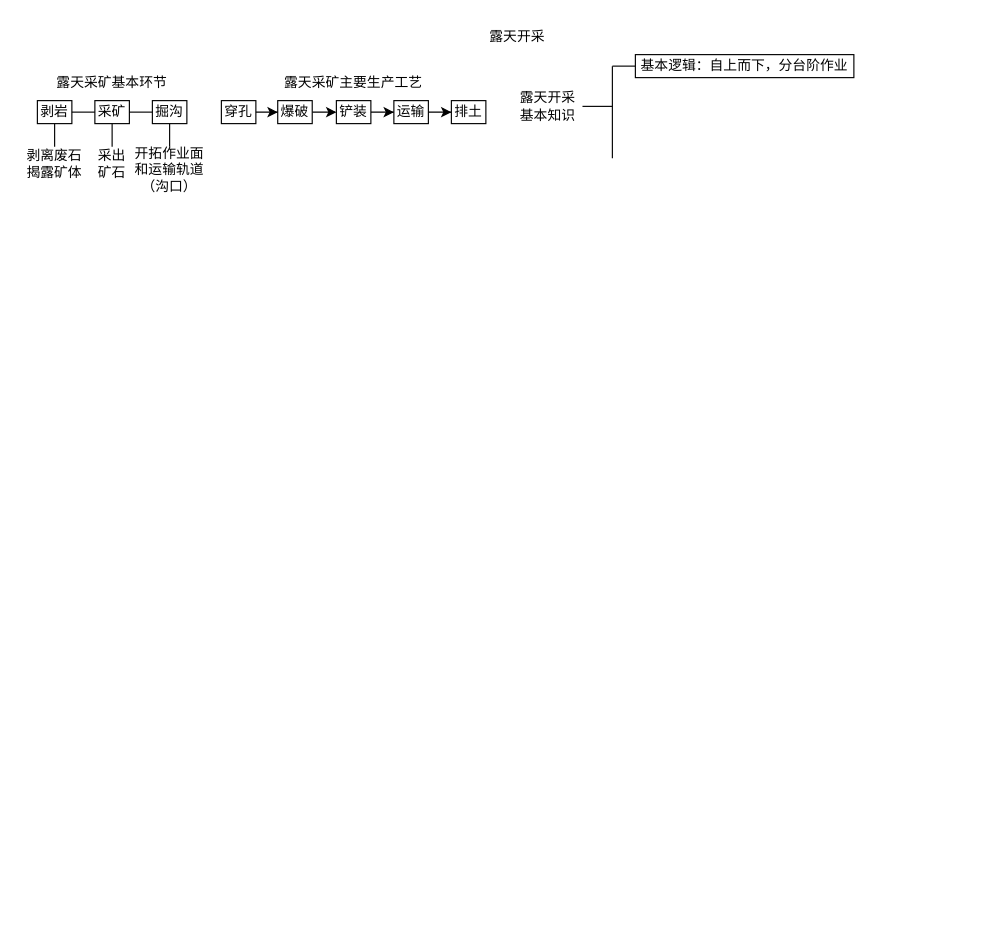
Earlier version of the draw.io diagram 未命名绘图.drawio (XS0612/daviddraw-drawio-diagrams). Source tidied: cells renumbered, new cells numbered last; positions are measured from the earlier drawing's top-left corner, leaving out a move shared by most shapes. Both pictures are drawn from the tidied source at 115%, with x=0, y=0 at pixel (20, 20).
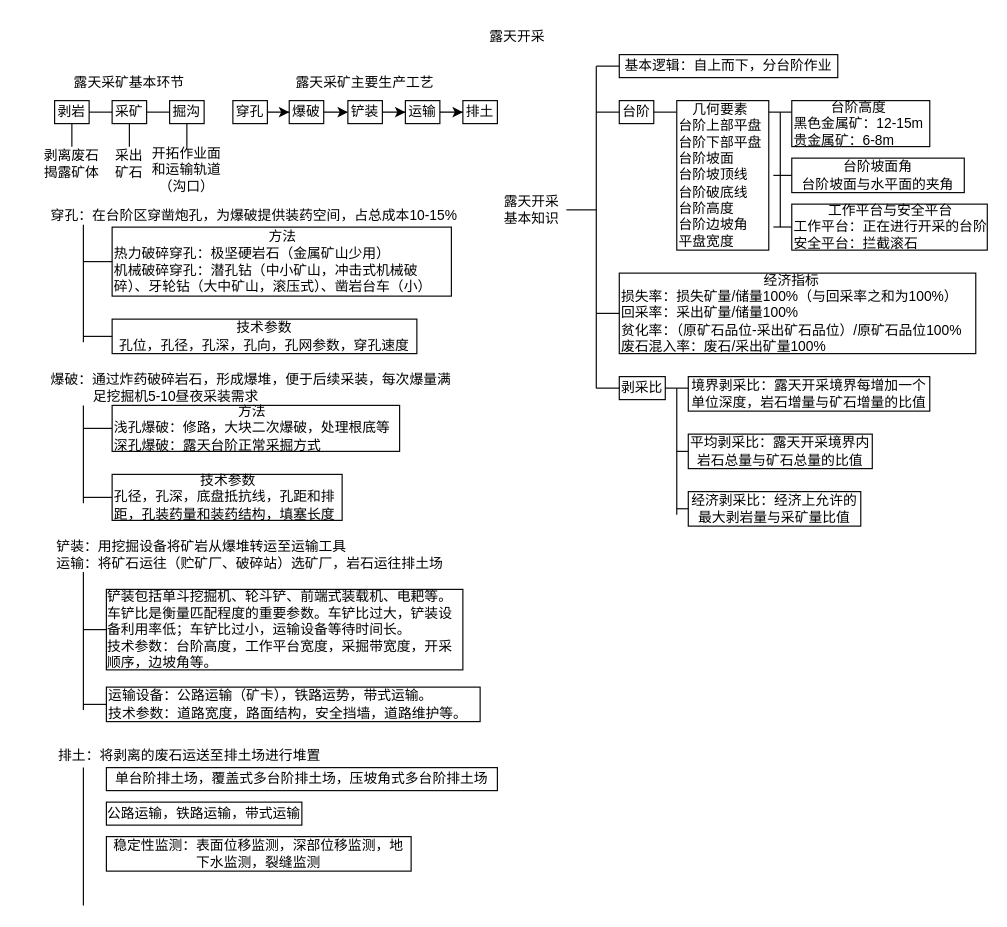
The same page after the edit.

Commit message:
更新未命名绘图.drawio

Change to the diagram source:
```diff
@@
     <mxCell id="2" value="剥岩" style="rounded=0;whiteSpace=wrap;html=1;" parent="1" vertex="1">
-      <mxGeometry x="15" y="70" width="30" height="20" as="geometry" />
+      <mxGeometry x="30" y="70" width="30" height="20" as="geometry" />
     </mxCell>
     <mxCell id="3" value="采矿" style="whiteSpace=wrap;html=1;rounded=0;" parent="1" vertex="1">
-      <mxGeometry x="65" y="70" width="30" height="20" as="geometry" />
+      <mxGeometry x="80" y="70" width="30" height="20" as="geometry" />
     </mxCell>
     <mxCell id="4" value="掘沟" style="whiteSpace=wrap;html=1;rounded=0;" parent="1" vertex="1">
-      <mxGeometry x="115" y="70" width="30" height="20" as="geometry" />
+      <mxGeometry x="130" y="70" width="30" height="20" as="geometry" />
     </mxCell>
     <mxCell id="5" value="露天采矿基本环节" style="text;html=1;whiteSpace=wrap;strokeColor=none;fillColor=none;align=center;verticalAlign=middle;rounded=0;" parent="1" vertex="1">
-      <mxGeometry x="15" y="40" width="130" height="30" as="geometry" />
+      <mxGeometry x="30" y="40" width="130" height="30" as="geometry" />
     </mxCell>
@@
     <mxCell id="7" value="穿孔" style="rounded=0;whiteSpace=wrap;html=1;" parent="1" vertex="1">
-      <mxGeometry x="175" y="70" width="30" height="20" as="geometry" />
+      <mxGeometry x="185" y="70" width="30" height="20" as="geometry" />
     </mxCell>
@@
     <mxCell id="9" value="爆破" style="rounded=0;whiteSpace=wrap;html=1;" parent="1" vertex="1">
-      <mxGeometry x="224" y="70" width="30" height="20" as="geometry" />
+      <mxGeometry x="234" y="70" width="30" height="20" as="geometry" />
     </mxCell>
@@
     <mxCell id="11" value="铲装" style="rounded=0;whiteSpace=wrap;html=1;" parent="1" vertex="1">
-      <mxGeometry x="275" y="70" width="30" height="20" as="geometry" />
+      <mxGeometry x="285" y="70" width="30" height="20" as="geometry" />
     </mxCell>
@@
     <mxCell id="13" value="运输" style="rounded=0;whiteSpace=wrap;html=1;" parent="1" vertex="1">
-      <mxGeometry x="325" y="70" width="30" height="20" as="geometry" />
+      <mxGeometry x="335" y="70" width="30" height="20" as="geometry" />
     </mxCell>
     <mxCell id="14" value="排土" style="rounded=0;whiteSpace=wrap;html=1;" parent="1" vertex="1">
-      <mxGeometry x="375" y="70" width="30" height="20" as="geometry" />
+      <mxGeometry x="385" y="70" width="30" height="20" as="geometry" />
     </mxCell>
     <mxCell id="15" value="露天采矿主要生产工艺" style="text;html=1;whiteSpace=wrap;strokeColor=none;fillColor=none;align=center;verticalAlign=middle;rounded=0;" parent="1" vertex="1">
-      <mxGeometry x="175" y="40" width="230" height="30" as="geometry" />
+      <mxGeometry x="185" y="40" width="230" height="30" as="geometry" />
     </mxCell>
     <mxCell id="16" style="endArrow=none;html=1;rounded=0;entryX=0;entryY=0.5;entryDx=0;entryDy=0;" parent="1" edge="1" target="3">
       <mxGeometry relative="1" as="geometry">
-        <mxPoint x="45" y="80" as="sourcePoint" />
+        <mxPoint x="60" y="80" as="sourcePoint" />
       </mxGeometry>
     </mxCell>
@@
     <mxCell id="19" value="露天开采基本知识" style="text;html=1;whiteSpace=wrap;strokeColor=none;fillColor=none;align=center;verticalAlign=middle;rounded=0;" parent="1" vertex="1">
-      <mxGeometry x="429" y="60" width="60" height="30" as="geometry" />
+      <mxGeometry x="415" y="150" width="60" height="30" as="geometry" />
     </mxCell>
     <mxCell id="20" style="endArrow=none;html=1;rounded=0;exitX=1;exitY=0.5;exitDx=0;exitDy=0;" parent="1" edge="1" source="19">
       <mxGeometry relative="1" as="geometry">
-        <mxPoint x="515" y="75" as="targetPoint" />
+        <mxPoint x="501" y="165" as="targetPoint" />
       </mxGeometry>
     </mxCell>
     <mxCell id="21" style="endArrow=none;html=1;rounded=0;" parent="1" edge="1">
       <mxGeometry relative="1" as="geometry">
-        <mxPoint x="515" y="120" as="sourcePoint" />
-        <mxPoint x="515" y="40" as="targetPoint" />
+        <mxPoint x="501" y="320" as="sourcePoint" />
+        <mxPoint x="501" y="40" as="targetPoint" />
       </mxGeometry>
     </mxCell>
     <mxCell id="22" style="endArrow=none;html=1;rounded=0;" parent="1" edge="1">
       <mxGeometry relative="1" as="geometry">
-        <mxPoint x="515" y="40" as="sourcePoint" />
-        <mxPoint x="535" y="40" as="targetPoint" />
+        <mxPoint x="501" y="40" as="sourcePoint" />
+        <mxPoint x="521" y="40" as="targetPoint" />
       </mxGeometry>
     </mxCell>
     <mxCell id="23" style="endArrow=none;html=1;rounded=0;entryX=0.5;entryY=1;entryDx=0;entryDy=0;" parent="1" edge="1" target="2">
       <mxGeometry relative="1" as="geometry">
-        <mxPoint x="30" y="110" as="sourcePoint" />
+        <mxPoint x="45" y="110" as="sourcePoint" />
       </mxGeometry>
     </mxCell>
     <mxCell id="24" value="剥离废石揭露矿体" style="text;html=1;whiteSpace=wrap;strokeColor=none;fillColor=none;align=center;verticalAlign=middle;rounded=0;" parent="1" vertex="1">
-      <mxGeometry y="110" width="60" height="30" as="geometry" />
+      <mxGeometry x="15" y="110" width="60" height="30" as="geometry" />
     </mxCell>
     <mxCell id="25" style="endArrow=none;html=1;rounded=0;entryX=0.5;entryY=1;entryDx=0;entryDy=0;" parent="1" edge="1" target="3">
       <mxGeometry relative="1" as="geometry">
-        <mxPoint x="80" y="110" as="sourcePoint" />
+        <mxPoint x="95" y="110" as="sourcePoint" />
       </mxGeometry>
     </mxCell>
     <mxCell id="26" value="采出矿石" style="text;html=1;whiteSpace=wrap;strokeColor=none;fillColor=none;align=center;verticalAlign=middle;rounded=0;" parent="1" vertex="1">
-      <mxGeometry x="65" y="110" width="30" height="30" as="geometry" />
+      <mxGeometry x="80" y="110" width="30" height="30" as="geometry" />
     </mxCell>
     <mxCell id="27" style="endArrow=none;html=1;rounded=0;entryX=0.5;entryY=1;entryDx=0;entryDy=0;" parent="1" edge="1" target="4">
       <mxGeometry relative="1" as="geometry">
-        <mxPoint x="130" y="110" as="sourcePoint" />
+        <mxPoint x="145" y="110" as="sourcePoint" />
       </mxGeometry>
     </mxCell>
     <mxCell id="28" value="开拓作业面和运输轨道（沟口）" style="text;html=1;whiteSpace=wrap;strokeColor=none;fillColor=none;align=center;verticalAlign=middle;rounded=0;" parent="1" vertex="1">
-      <mxGeometry x="95" y="110" width="70" height="40" as="geometry" />
+      <mxGeometry x="110" y="110" width="70" height="40" as="geometry" />
     </mxCell>
     <mxCell id="29" value="基本逻辑：自上而下，分台阶作业" style="rounded=0;whiteSpace=wrap;html=1;" parent="1" vertex="1">
-      <mxGeometry x="535" y="30" width="190" height="20" as="geometry" />
+      <mxGeometry x="521" y="30" width="190" height="20" as="geometry" />
     </mxCell>
+    <mxCell id="30" style="endArrow=none;html=1;rounded=0;" parent="1" edge="1">
+      <mxGeometry relative="1" as="geometry">
+        <mxPoint x="521" y="80" as="sourcePoint" />
+        <mxPoint x="501" y="80" as="targetPoint" />
+      </mxGeometry>
+    </mxCell>
+    <mxCell id="31" value="台阶" style="rounded=0;whiteSpace=wrap;html=1;" parent="1" vertex="1">
+      <mxGeometry x="521" y="70" width="30" height="20" as="geometry" />
+    </mxCell>
+    <mxCell id="32" style="endArrow=none;html=1;rounded=0;exitX=1;exitY=0.5;exitDx=0;exitDy=0;" parent="1" edge="1" source="31">
+      <mxGeometry relative="1" as="geometry">
+        <mxPoint x="571" y="80" as="targetPoint" />
+      </mxGeometry>
+    </mxCell>
+    <mxCell id="33" value="&lt;div style=&quot;text-align: center;&quot;&gt;几何要素&lt;/div&gt;&lt;div&gt;台阶上部平盘&lt;/div&gt;&lt;div&gt;台阶下部平盘&lt;/div&gt;&lt;div&gt;台阶坡面&lt;/div&gt;&lt;div&gt;台阶坡顶线&lt;/div&gt;&lt;div&gt;台阶破底线&lt;br&gt;&lt;div&gt;台阶高度&lt;/div&gt;&lt;div&gt;台阶边坡角&lt;/div&gt;&lt;/div&gt;&lt;div&gt;平盘宽度&lt;/div&gt;" style="rounded=0;whiteSpace=wrap;html=1;align=left;" parent="1" vertex="1">
+      <mxGeometry x="571" y="70" width="80" height="130" as="geometry" />
+    </mxCell>
+    <mxCell id="34" style="endArrow=none;html=1;rounded=0;" parent="1" edge="1">
+      <mxGeometry relative="1" as="geometry">
+        <mxPoint x="671" y="80" as="sourcePoint" />
+        <mxPoint x="651" y="80" as="targetPoint" />
+      </mxGeometry>
+    </mxCell>
+    <mxCell id="35" value="&lt;div style=&quot;text-align: center;&quot;&gt;台阶高度&lt;/div&gt;&lt;div&gt;黑色金属矿：12-15m&lt;/div&gt;&lt;div&gt;贵金属矿：6-8m&lt;/div&gt;" style="rounded=0;whiteSpace=wrap;html=1;align=left;" parent="1" vertex="1">
+      <mxGeometry x="671" y="70" width="120" height="40" as="geometry" />
+    </mxCell>
+    <mxCell id="36" value="台阶坡面角&lt;div&gt;台阶坡面与水平面的夹角&lt;/div&gt;" style="whiteSpace=wrap;html=1;" parent="1" vertex="1">
+      <mxGeometry x="671" y="120" width="150" height="30" as="geometry" />
+    </mxCell>
+    <mxCell id="37" value="&lt;div style=&quot;text-align: center;&quot;&gt;工作平台与安全平台&lt;/div&gt;&lt;div&gt;工作平台：正在进行开采的台阶&lt;/div&gt;&lt;div&gt;安全平台：拦截滚石&lt;/div&gt;" style="whiteSpace=wrap;html=1;align=left;" parent="1" vertex="1">
+      <mxGeometry x="671" y="160" width="170" height="40" as="geometry" />
+    </mxCell>
+    <mxCell id="38" value="&lt;div style=&quot;text-align: center;&quot;&gt;经济指标&lt;/div&gt;&lt;div&gt;损失率：损失矿量/储量100%（与回采率之和为100%）&lt;/div&gt;&lt;div&gt;回采率：采出矿量/储量100%&lt;/div&gt;&lt;div&gt;贫化率：（原矿石品位-采出矿石品位）/原矿石品位100%&lt;/div&gt;&lt;div&gt;废石混入率：废石/采出矿量100%&lt;/div&gt;" style="whiteSpace=wrap;html=1;align=left;" parent="1" vertex="1">
+      <mxGeometry x="521" y="220" width="310" height="70" as="geometry" />
+    </mxCell>
+    <mxCell id="39" value="剥采比" style="whiteSpace=wrap;html=1;" parent="1" vertex="1">
+      <mxGeometry x="521" y="310" width="40" height="20" as="geometry" />
+    </mxCell>
+    <mxCell id="40" value="境界剥采比：露天开采境界每增加一个单位深度，岩石增量与矿石增量的比值" style="whiteSpace=wrap;html=1;" parent="1" vertex="1">
+      <mxGeometry x="581" y="310" width="210" height="30" as="geometry" />
+    </mxCell>
+    <mxCell id="41" value="平均剥采比：露天开采境界内岩石总量与矿石总量的比值" style="whiteSpace=wrap;html=1;" parent="1" vertex="1">
+      <mxGeometry x="581" y="360" width="160" height="30" as="geometry" />
+    </mxCell>
+    <mxCell id="42" value="经济剥采比：经济上允许的最大剥岩量与采矿量比值" style="whiteSpace=wrap;html=1;" parent="1" vertex="1">
+      <mxGeometry x="581" y="410" width="150" height="30" as="geometry" />
+    </mxCell>
+    <mxCell id="43" style="endArrow=none;html=1;rounded=0;exitX=1;exitY=0.5;exitDx=0;exitDy=0;" parent="1" edge="1" source="39">
+      <mxGeometry relative="1" as="geometry">
+        <mxPoint x="581" y="320" as="targetPoint" />
+      </mxGeometry>
+    </mxCell>
+    <mxCell id="44" style="endArrow=none;html=1;rounded=0;" parent="1" edge="1">
+      <mxGeometry relative="1" as="geometry">
+        <mxPoint x="571" y="430" as="sourcePoint" />
+        <mxPoint x="571" y="320" as="targetPoint" />
+      </mxGeometry>
+    </mxCell>
+    <mxCell id="45" style="endArrow=none;html=1;rounded=0;entryX=0;entryY=0.5;entryDx=0;entryDy=0;" parent="1" edge="1" target="41">
+      <mxGeometry relative="1" as="geometry">
+        <mxPoint x="571" y="375" as="sourcePoint" />
+      </mxGeometry>
+    </mxCell>
+    <mxCell id="46" style="endArrow=none;html=1;rounded=0;entryX=0;entryY=0.5;entryDx=0;entryDy=0;" parent="1" edge="1">
+      <mxGeometry relative="1" as="geometry">
+        <mxPoint x="571" y="424.9" as="sourcePoint" />
+        <mxPoint x="581" y="424.9" as="targetPoint" />
+      </mxGeometry>
+    </mxCell>
+    <mxCell id="47" style="endArrow=none;html=1;rounded=0;exitX=0;exitY=0.5;exitDx=0;exitDy=0;" parent="1" edge="1" source="39">
+      <mxGeometry relative="1" as="geometry">
+        <mxPoint x="501" y="320" as="targetPoint" />
+      </mxGeometry>
+    </mxCell>
+    <mxCell id="48" style="endArrow=none;html=1;rounded=0;entryX=0;entryY=0.5;entryDx=0;entryDy=0;" parent="1" edge="1" target="38">
+      <mxGeometry relative="1" as="geometry">
+        <mxPoint x="501" y="255" as="sourcePoint" />
+      </mxGeometry>
+    </mxCell>
+    <mxCell id="49" style="endArrow=none;html=1;rounded=0;" parent="1" edge="1" source="36">
+      <mxGeometry relative="1" as="geometry">
+        <mxPoint x="655" y="135" as="targetPoint" />
+      </mxGeometry>
+    </mxCell>
+    <mxCell id="50" style="endArrow=none;html=1;rounded=0;" parent="1" edge="1">
+      <mxGeometry relative="1" as="geometry">
+        <mxPoint x="661" y="180" as="sourcePoint" />
+        <mxPoint x="661" y="80" as="targetPoint" />
+      </mxGeometry>
+    </mxCell>
+    <mxCell id="51" style="endArrow=none;html=1;rounded=0;" parent="1" edge="1">
+      <mxGeometry relative="1" as="geometry">
+        <mxPoint x="671" y="179.9" as="sourcePoint" />
+        <mxPoint x="655" y="179.9" as="targetPoint" />
+      </mxGeometry>
+    </mxCell>
+    <mxCell id="52" value="&lt;div style=&quot;text-align: center;&quot;&gt;方法&lt;/div&gt;&lt;div&gt;热力破碎穿孔：极坚硬岩石（金属矿山少用）&lt;/div&gt;&lt;div&gt;机械破碎穿孔：潜孔钻（中小矿山，冲击式机械破碎）、牙轮钻（大中矿山，滚压式）、凿岩台车（小）&lt;/div&gt;" style="rounded=0;whiteSpace=wrap;html=1;align=left;" parent="1" vertex="1">
+      <mxGeometry x="80" y="180" width="295" height="60" as="geometry" />
+    </mxCell>
+    <mxCell id="53" value="技术参数&lt;div&gt;孔位，孔径，孔深，孔向，孔网参数，穿孔速度&lt;/div&gt;" style="rounded=0;whiteSpace=wrap;html=1;" parent="1" vertex="1">
+      <mxGeometry x="80" y="260" width="265" height="30" as="geometry" />
+    </mxCell>
+    <mxCell id="54" style="endArrow=none;html=1;rounded=0;exitX=1;exitY=0.5;exitDx=0;exitDy=0;" parent="1" edge="1">
+      <mxGeometry relative="1" as="geometry">
+        <mxPoint x="55" y="210" as="sourcePoint" />
+        <mxPoint x="80" y="210" as="targetPoint" />
+      </mxGeometry>
+    </mxCell>
+    <mxCell id="55" style="endArrow=none;html=1;rounded=0;entryX=0;entryY=0.5;entryDx=0;entryDy=0;" parent="1" edge="1" target="53">
+      <mxGeometry relative="1" as="geometry">
+        <mxPoint x="55" y="275" as="sourcePoint" />
+      </mxGeometry>
+    </mxCell>
+    <mxCell id="56" style="endArrow=none;html=1;rounded=0;" parent="1" edge="1">
+      <mxGeometry relative="1" as="geometry">
+        <mxPoint x="55" y="280" as="sourcePoint" />
+        <mxPoint x="55" y="178" as="targetPoint" />
+      </mxGeometry>
+    </mxCell>
+    <mxCell id="57" value="&lt;div style=&quot;text-align: center;&quot;&gt;方法&lt;/div&gt;&lt;div&gt;浅孔爆破：修路，大块二次爆破，处理根底等&lt;/div&gt;&lt;div&gt;深孔爆破：露天台阶正常采掘方式&lt;/div&gt;" style="rounded=0;whiteSpace=wrap;html=1;align=left;" parent="1" vertex="1">
+      <mxGeometry x="80" y="335" width="250" height="40" as="geometry" />
+    </mxCell>
+    <mxCell id="58" value="&lt;div style=&quot;text-align: center;&quot;&gt;技术参数&lt;/div&gt;&lt;div&gt;孔径，孔深，底盘抵抗线，孔距和排距，孔装药量和装药结构，填塞长度&lt;/div&gt;" style="rounded=0;whiteSpace=wrap;html=1;align=left;" parent="1" vertex="1">
+      <mxGeometry x="80" y="395" width="200" height="40" as="geometry" />
+    </mxCell>
+    <mxCell id="59" style="endArrow=none;html=1;rounded=0;exitX=1;exitY=0.5;exitDx=0;exitDy=0;" parent="1" edge="1">
+      <mxGeometry relative="1" as="geometry">
+        <mxPoint x="55" y="355" as="sourcePoint" />
+        <mxPoint x="80" y="355" as="targetPoint" />
+      </mxGeometry>
+    </mxCell>
+    <mxCell id="60" style="endArrow=none;html=1;rounded=0;entryX=0;entryY=0.5;entryDx=0;entryDy=0;" parent="1" edge="1" target="58">
+      <mxGeometry relative="1" as="geometry">
+        <mxPoint x="55" y="415" as="sourcePoint" />
+      </mxGeometry>
+    </mxCell>
+    <mxCell id="61" style="endArrow=none;html=1;rounded=0;" parent="1" edge="1">
+      <mxGeometry relative="1" as="geometry">
+        <mxPoint x="55" y="420" as="sourcePoint" />
+        <mxPoint x="55" y="335" as="targetPoint" />
+      </mxGeometry>
+    </mxCell>
+    <mxCell id="62" value="穿孔：在台阶区穿凿炮孔，为爆破提供装药空间，占总成本10-15%" style="text;html=1;whiteSpace=wrap;strokeColor=none;fillColor=none;align=left;verticalAlign=middle;rounded=0;" parent="1" vertex="1">
+      <mxGeometry x="25" y="160" width="360" height="20" as="geometry" />
+    </mxCell>
+    <mxCell id="63" value="爆破：通过炸药破碎岩石，形成爆堆，便于后续采装，每次爆量满 &amp;nbsp; &amp;nbsp; &amp;nbsp; &amp;nbsp; &amp;nbsp; &amp;nbsp;足挖掘机5-10昼夜采装需求" style="text;html=1;whiteSpace=wrap;strokeColor=none;fillColor=none;align=left;verticalAlign=middle;rounded=0;" parent="1" vertex="1">
+      <mxGeometry x="25" y="305" width="350" height="30" as="geometry" />
+    </mxCell>
+    <mxCell id="64" value="铲装：用挖掘设备将矿岩从爆堆转运至运输工具&lt;div&gt;运输：将矿石运往（贮矿厂、破碎站）选矿厂，岩石运往排土场&lt;/div&gt;" style="text;html=1;whiteSpace=wrap;strokeColor=none;fillColor=none;align=left;verticalAlign=middle;rounded=0;" parent="1" vertex="1">
+      <mxGeometry x="30" y="450" width="350" height="30" as="geometry" />
+    </mxCell>
+    <mxCell id="65" style="endArrow=none;html=1;rounded=0;" parent="1" edge="1">
+      <mxGeometry relative="1" as="geometry">
+        <mxPoint x="55" y="600" as="sourcePoint" />
+        <mxPoint x="55" y="480" as="targetPoint" />
+      </mxGeometry>
+    </mxCell>
+    <mxCell id="66" value="&lt;div style=&quot;text-align: left;&quot;&gt;铲装包括单斗挖掘机、轮斗铲、前端式装载机、电耙等。&lt;/div&gt;&lt;div&gt;&lt;div style=&quot;text-align: left;&quot;&gt;车铲比是衡量匹配程度的重要参数。车铲比过大，铲装设备利用率低；车铲比过小，运输设备等待时间长。&lt;/div&gt;&lt;div style=&quot;text-align: left;&quot;&gt;技术参数：台阶高度，工作平台宽度，采掘带宽度，开采顺序，边坡角等。&lt;/div&gt;&lt;/div&gt;" style="whiteSpace=wrap;html=1;" parent="1" vertex="1">
+      <mxGeometry x="75" y="495" width="310" height="70" as="geometry" />
+    </mxCell>
+    <mxCell id="67" value="运输设备：公路运输（矿卡），铁路运势，带式运输。&lt;div&gt;技术参数：道路宽度，路面结构，安全挡墙，道路维护等。&lt;/div&gt;" style="whiteSpace=wrap;html=1;align=left;" parent="1" vertex="1">
+      <mxGeometry x="75" y="580" width="325" height="30" as="geometry" />
+    </mxCell>
+    <mxCell id="68" style="endArrow=none;html=1;rounded=0;exitX=0;exitY=0.5;exitDx=0;exitDy=0;" parent="1" edge="1" source="66">
+      <mxGeometry relative="1" as="geometry">
+        <mxPoint x="55" y="530" as="targetPoint" />
+      </mxGeometry>
+    </mxCell>
+    <mxCell id="69" style="endArrow=none;html=1;rounded=0;entryX=0;entryY=0.5;entryDx=0;entryDy=0;" parent="1" edge="1" target="67">
+      <mxGeometry relative="1" as="geometry">
+        <mxPoint x="55" y="595" as="sourcePoint" />
+      </mxGeometry>
+    </mxCell>
+    <mxCell id="70" value="排土：将剥离的废石运送至排土场进行堆置" style="text;html=1;whiteSpace=wrap;strokeColor=none;fillColor=none;align=center;verticalAlign=middle;rounded=0;" parent="1" vertex="1">
+      <mxGeometry x="30" y="630" width="235" height="20" as="geometry" />
+    </mxCell>
+    <mxCell id="71" value="单台阶排土场，覆盖式多台阶排土场，压坡角式多台阶排土场" style="whiteSpace=wrap;html=1;align=center;" parent="1" vertex="1">
+      <mxGeometry x="75" y="650" width="340" height="20" as="geometry" />
+    </mxCell>
+    <mxCell id="72" value="公路运输，铁路运输，带式运输" style="whiteSpace=wrap;html=1;" parent="1" vertex="1">
+      <mxGeometry x="75" y="680" width="170" height="20" as="geometry" />
+    </mxCell>
+    <mxCell id="73" value="稳定性监测：表面位移监测，深部位移监测，地下水监测，裂缝监测" style="whiteSpace=wrap;html=1;" parent="1" vertex="1">
+      <mxGeometry x="75" y="710" width="265" height="30" as="geometry" />
+    </mxCell>
+    <mxCell id="74" style="endArrow=none;html=1;rounded=0;" parent="1" edge="1">
+      <mxGeometry relative="1" as="geometry">
+        <mxPoint x="55" y="770" as="sourcePoint" />
+        <mxPoint x="55" y="650" as="targetPoint" />
+      </mxGeometry>
+    </mxCell>
```
